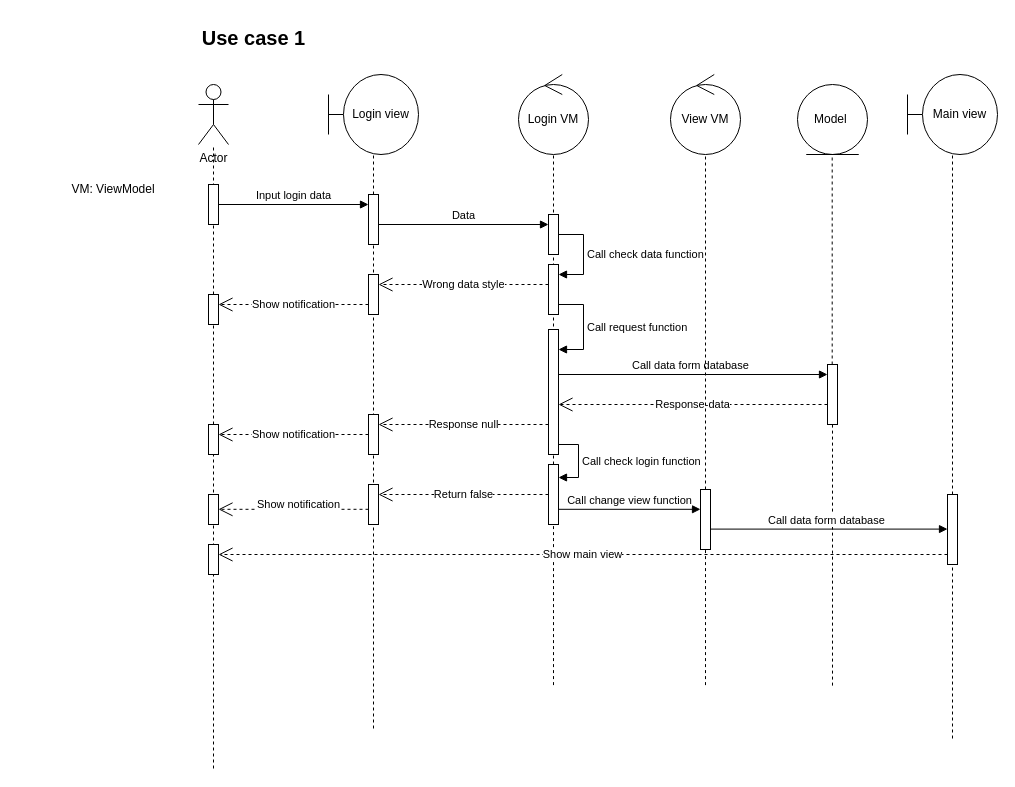
Before: page "Login" (3 of 13) of Diagram.drawio in DnhTrn/finall_project, a draw.io diagram. Source tidied: cells renumbered, new cells numbered last; positions are measured from the earlier drawing's top-left corner, leaving out a move shared by most shapes. Both pictures are drawn from the tidied source at 100%, with x=0, y=0 at pixel (48, 17).
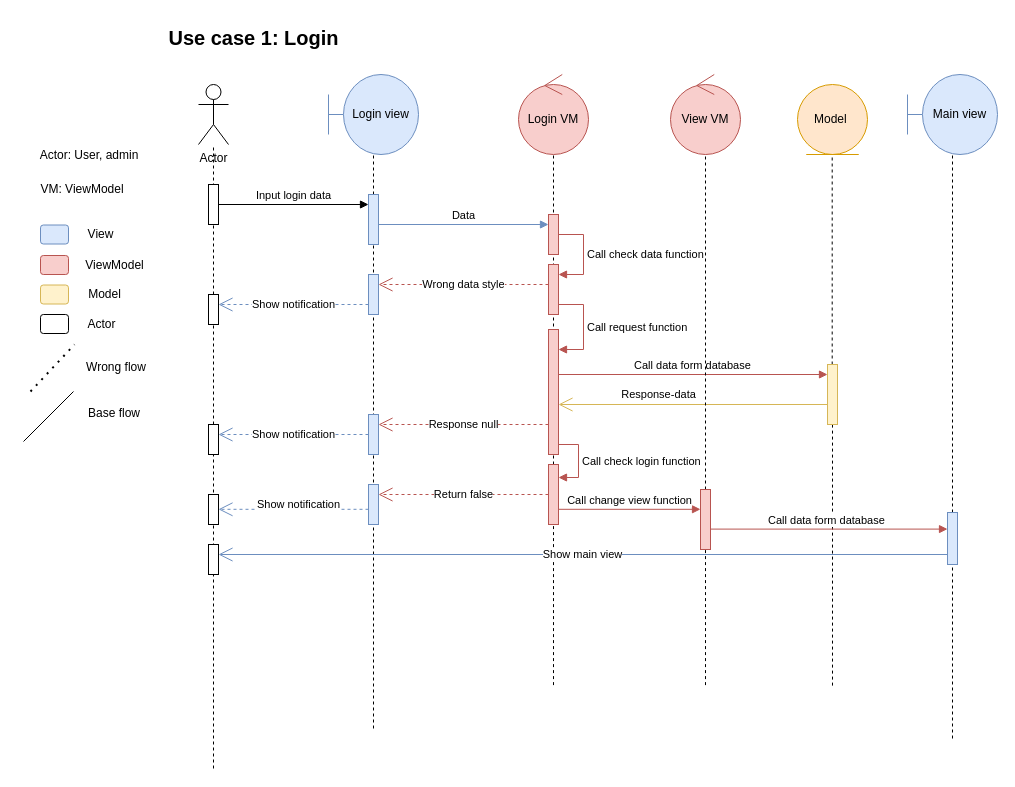
The same page after the edit.

Unchanged cells that the change refers to:
```xml
<mxCell id="35" style="html=1;points=[[0,0,0,0,5],[0,1,0,0,-5],[1,0,0,0,5],[1,1,0,0,-5]];perimeter=orthogonalPerimeter;outlineConnect=0;targetShapes=umlLifeline;portConstraint=eastwest;newEdgeStyle={&quot;curved&quot;:0,&quot;rounded&quot;:0};" parent="1" vertex="1">
  <mxGeometry x="160" y="407" width="10" height="30" as="geometry" />
</mxCell>
```

Change to the diagram source:
```diff
@@
-    <mxCell id="3" value="Login view" style="shape=umlBoundary;whiteSpace=wrap;html=1;" parent="1" vertex="1">
+    <mxCell id="3" value="Login view" style="shape=umlBoundary;whiteSpace=wrap;html=1;fillColor=#dae8fc;strokeColor=#6c8ebf;" parent="1" vertex="1">
       <mxGeometry x="280" y="57" width="90" height="80" as="geometry" />
     </mxCell>
-    <mxCell id="4" value="Model&amp;nbsp;" style="ellipse;shape=umlEntity;whiteSpace=wrap;html=1;" parent="1" vertex="1">
+    <mxCell id="4" value="Model&amp;nbsp;" style="ellipse;shape=umlEntity;whiteSpace=wrap;html=1;fillColor=#ffe6cc;strokeColor=#d79b00;" parent="1" vertex="1">
       <mxGeometry x="749" y="67" width="70" height="70" as="geometry" />
     </mxCell>
@@
-    <mxCell id="9" value="Login VM" style="ellipse;shape=umlControl;whiteSpace=wrap;html=1;" parent="1" vertex="1">
+    <mxCell id="9" value="Login VM" style="ellipse;shape=umlControl;whiteSpace=wrap;html=1;fillColor=#f8cecc;strokeColor=#b85450;" parent="1" vertex="1">
       <mxGeometry x="470" y="57" width="70" height="80" as="geometry" />
     </mxCell>
@@
-    <mxCell id="11" style="html=1;perimeter=orthogonalPerimeter;targetShapes=umlLifeline;newEdgeStyle={&quot;curved&quot;:0,&quot;rounded&quot;:0};" parent="1" vertex="1">
+    <mxCell id="11" style="html=1;perimeter=orthogonalPerimeter;targetShapes=umlLifeline;newEdgeStyle={&quot;curved&quot;:0,&quot;rounded&quot;:0};fillColor=#dae8fc;strokeColor=#6c8ebf;" parent="1" vertex="1">
       <mxGeometry x="320" y="177" width="10" height="50" as="geometry" />
     </mxCell>
@@
-    <mxCell id="13" style="html=1;points=[[0,0,0,0,5],[0,1,0,0,-5],[1,0,0,0,5],[1,1,0,0,-5]];perimeter=orthogonalPerimeter;outlineConnect=0;targetShapes=umlLifeline;portConstraint=eastwest;newEdgeStyle={&quot;curved&quot;:0,&quot;rounded&quot;:0};" parent="1" vertex="1">
+    <mxCell id="13" style="html=1;points=[[0,0,0,0,5],[0,1,0,0,-5],[1,0,0,0,5],[1,1,0,0,-5]];perimeter=orthogonalPerimeter;outlineConnect=0;targetShapes=umlLifeline;portConstraint=eastwest;newEdgeStyle={&quot;curved&quot;:0,&quot;rounded&quot;:0};fillColor=#f8cecc;strokeColor=#b85450;" parent="1" vertex="1">
       <mxGeometry x="500" y="197" width="10" height="40" as="geometry" />
     </mxCell>
-    <mxCell id="14" value="Data" style="html=1;verticalAlign=bottom;endArrow=block;curved=0;rounded=0;" parent="1" edge="1">
+    <mxCell id="14" value="Data" style="html=1;verticalAlign=bottom;endArrow=block;curved=0;rounded=0;fillColor=#dae8fc;strokeColor=#6c8ebf;" parent="1" edge="1">
       <mxGeometry relative="1" as="geometry">
         <mxPoint x="330" y="207" as="sourcePoint" />
         <mxPoint x="500" y="207" as="targetPoint" />
       </mxGeometry>
     </mxCell>
-    <mxCell id="15" style="html=1;points=[[0,0,0,0,5],[0,1,0,0,-5],[1,0,0,0,5],[1,1,0,0,-5]];perimeter=orthogonalPerimeter;outlineConnect=0;targetShapes=umlLifeline;portConstraint=eastwest;newEdgeStyle={&quot;curved&quot;:0,&quot;rounded&quot;:0};" parent="1" vertex="1">
+    <mxCell id="15" style="html=1;points=[[0,0,0,0,5],[0,1,0,0,-5],[1,0,0,0,5],[1,1,0,0,-5]];perimeter=orthogonalPerimeter;outlineConnect=0;targetShapes=umlLifeline;portConstraint=eastwest;newEdgeStyle={&quot;curved&quot;:0,&quot;rounded&quot;:0};fillColor=#f8cecc;strokeColor=#b85450;" parent="1" vertex="1">
       <mxGeometry x="500" y="247" width="10" height="50" as="geometry" />
     </mxCell>
-    <mxCell id="16" value="Call check data function&amp;nbsp;" style="html=1;align=left;spacingLeft=2;endArrow=block;rounded=0;edgeStyle=orthogonalEdgeStyle;curved=0;rounded=0;" parent="1" edge="1" source="13" target="15">
+    <mxCell id="16" value="Call check data function&amp;nbsp;" style="html=1;align=left;spacingLeft=2;endArrow=block;rounded=0;edgeStyle=orthogonalEdgeStyle;curved=0;rounded=0;fillColor=#f8cecc;strokeColor=#b85450;" parent="1" edge="1" source="13" target="15">
       <mxGeometry relative="1" as="geometry">
         <Array as="points">
           <mxPoint x="535" y="217" />
           <mxPoint x="535" y="257" />
         </Array>
       </mxGeometry>
     </mxCell>
-    <mxCell id="17" style="html=1;perimeter=orthogonalPerimeter;targetShapes=umlLifeline;newEdgeStyle={&quot;curved&quot;:0,&quot;rounded&quot;:0};" parent="1" vertex="1">
+    <mxCell id="17" style="html=1;perimeter=orthogonalPerimeter;targetShapes=umlLifeline;newEdgeStyle={&quot;curved&quot;:0,&quot;rounded&quot;:0};fillColor=#dae8fc;strokeColor=#6c8ebf;" parent="1" vertex="1">
       <mxGeometry x="320" y="257" width="10" height="40" as="geometry" />
     </mxCell>
-    <mxCell id="18" value="Wrong data style" style="endArrow=open;endSize=12;dashed=1;html=1;rounded=0;" parent="1" edge="1">
+    <mxCell id="18" value="Wrong data style" style="endArrow=open;endSize=12;dashed=1;html=1;rounded=0;fillColor=#f8cecc;strokeColor=#b85450;" parent="1" edge="1">
       <mxGeometry relative="1" as="geometry">
         <mxPoint x="500" y="267" as="sourcePoint" />
         <mxPoint x="330" y="267" as="targetPoint" />
       </mxGeometry>
     </mxCell>
@@
-    <mxCell id="21" value="Show notification" style="endArrow=open;endSize=12;dashed=1;html=1;rounded=0;" parent="1" edge="1">
+    <mxCell id="21" value="Show notification" style="endArrow=open;endSize=12;dashed=1;html=1;rounded=0;fillColor=#dae8fc;strokeColor=#6c8ebf;" parent="1" edge="1">
       <mxGeometry relative="1" as="geometry">
         <mxPoint x="320" y="287" as="sourcePoint" />
         <mxPoint x="170" y="287" as="targetPoint" />
       </mxGeometry>
     </mxCell>
-    <mxCell id="22" style="html=1;perimeter=orthogonalPerimeter;targetShapes=umlLifeline;newEdgeStyle={&quot;curved&quot;:0,&quot;rounded&quot;:0};" parent="1" vertex="1">
+    <mxCell id="22" style="html=1;perimeter=orthogonalPerimeter;targetShapes=umlLifeline;newEdgeStyle={&quot;curved&quot;:0,&quot;rounded&quot;:0};fillColor=#f8cecc;strokeColor=#b85450;" parent="1" vertex="1">
       <mxGeometry x="500" y="312" width="10" height="125" as="geometry" />
     </mxCell>
-    <mxCell id="23" value="Call request function" style="html=1;align=left;spacingLeft=2;endArrow=block;rounded=0;edgeStyle=orthogonalEdgeStyle;curved=0;rounded=0;" parent="1" edge="1">
+    <mxCell id="23" value="Call request function" style="html=1;align=left;spacingLeft=2;endArrow=block;rounded=0;edgeStyle=orthogonalEdgeStyle;curved=0;rounded=0;fillColor=#f8cecc;strokeColor=#b85450;" parent="1" edge="1">
       <mxGeometry relative="1" as="geometry">
         <mxPoint x="510" y="287" as="sourcePoint" />
         <mxPoint x="510" y="332" as="targetPoint" />
         <Array as="points">
           <mxPoint x="535" y="287" />
           <mxPoint x="535" y="332" />
         </Array>
       </mxGeometry>
     </mxCell>
-    <mxCell id="24" value="&lt;span style=&quot;text-align: left;&quot;&gt;Call data form&amp;nbsp;&lt;/span&gt;&lt;span style=&quot;text-align: left;&quot;&gt;database&amp;nbsp;&amp;nbsp;&lt;/span&gt;" style="html=1;verticalAlign=bottom;endArrow=block;curved=0;rounded=0;" parent="1" edge="1" target="26">
-      <mxGeometry relative="1" as="geometry">
+    <mxCell id="24" value="&lt;span style=&quot;text-align: left;&quot;&gt;Call data form&amp;nbsp;&lt;/span&gt;&lt;span style=&quot;text-align: left;&quot;&gt;database&amp;nbsp;&amp;nbsp;&lt;/span&gt;" style="html=1;verticalAlign=bottom;endArrow=block;curved=0;rounded=0;fillColor=#f8cecc;strokeColor=#b85450;" parent="1" edge="1" target="26">
+      <mxGeometry x="0.02" relative="1" as="geometry">
         <mxPoint x="510" y="357" as="sourcePoint" />
       </mxGeometry>
     </mxCell>
@@
-    <mxCell id="26" style="html=1;points=[[0,0,0,0,5],[0,1,0,0,-5],[1,0,0,0,5],[1,1,0,0,-5]];perimeter=orthogonalPerimeter;outlineConnect=0;targetShapes=umlLifeline;portConstraint=eastwest;newEdgeStyle={&quot;curved&quot;:0,&quot;rounded&quot;:0};" parent="1" vertex="1">
+    <mxCell id="26" style="html=1;points=[[0,0,0,0,5],[0,1,0,0,-5],[1,0,0,0,5],[1,1,0,0,-5]];perimeter=orthogonalPerimeter;outlineConnect=0;targetShapes=umlLifeline;portConstraint=eastwest;newEdgeStyle={&quot;curved&quot;:0,&quot;rounded&quot;:0};fillColor=#fff2cc;strokeColor=#d6b656;" parent="1" vertex="1">
       <mxGeometry x="779" y="347" width="10" height="60" as="geometry" />
     </mxCell>
-    <mxCell id="27" value="Response-data" style="endArrow=open;endSize=12;dashed=1;html=1;rounded=0;" parent="1" edge="1" source="26">
-      <mxGeometry relative="1" as="geometry">
+    <mxCell id="27" value="Response-data" style="endArrow=open;endSize=12;html=1;rounded=0;fillColor=#fff2cc;strokeColor=#d6b656;" parent="1" edge="1" source="26">
+      <mxGeometry x="0.26" y="-10" relative="1" as="geometry">
         <mxPoint x="510" y="387" as="targetPoint" />
       </mxGeometry>
     </mxCell>
-    <mxCell id="28" style="html=1;points=[[0,0,0,0,5],[0,1,0,0,-5],[1,0,0,0,5],[1,1,0,0,-5]];perimeter=orthogonalPerimeter;outlineConnect=0;targetShapes=umlLifeline;portConstraint=eastwest;newEdgeStyle={&quot;curved&quot;:0,&quot;rounded&quot;:0};" parent="1" vertex="1">
+    <mxCell id="28" style="html=1;points=[[0,0,0,0,5],[0,1,0,0,-5],[1,0,0,0,5],[1,1,0,0,-5]];perimeter=orthogonalPerimeter;outlineConnect=0;targetShapes=umlLifeline;portConstraint=eastwest;newEdgeStyle={&quot;curved&quot;:0,&quot;rounded&quot;:0};fillColor=#dae8fc;strokeColor=#6c8ebf;" parent="1" vertex="1">
       <mxGeometry x="320" y="397" width="10" height="40" as="geometry" />
     </mxCell>
-    <mxCell id="29" value="Call check login function" style="html=1;align=left;spacingLeft=2;endArrow=block;rounded=0;edgeStyle=orthogonalEdgeStyle;curved=0;rounded=0;" parent="1" edge="1">
+    <mxCell id="29" value="Call check login function" style="html=1;align=left;spacingLeft=2;endArrow=block;rounded=0;edgeStyle=orthogonalEdgeStyle;curved=0;rounded=0;fillColor=#f8cecc;strokeColor=#b85450;" parent="1" edge="1">
       <mxGeometry relative="1" as="geometry">
         <mxPoint x="510" y="427" as="sourcePoint" />
         <mxPoint x="510" y="460" as="targetPoint" />
         <Array as="points">
           <mxPoint x="530" y="427" />
           <mxPoint x="530" y="460" />
         </Array>
       </mxGeometry>
     </mxCell>
@@
-    <mxCell id="31" style="html=1;points=[[0,0,0,0,5],[0,1,0,0,-5],[1,0,0,0,5],[1,1,0,0,-5]];perimeter=orthogonalPerimeter;outlineConnect=0;targetShapes=umlLifeline;portConstraint=eastwest;newEdgeStyle={&quot;curved&quot;:0,&quot;rounded&quot;:0};" parent="1" vertex="1">
+    <mxCell id="31" style="html=1;points=[[0,0,0,0,5],[0,1,0,0,-5],[1,0,0,0,5],[1,1,0,0,-5]];perimeter=orthogonalPerimeter;outlineConnect=0;targetShapes=umlLifeline;portConstraint=eastwest;newEdgeStyle={&quot;curved&quot;:0,&quot;rounded&quot;:0};fillColor=#f8cecc;strokeColor=#b85450;" parent="1" vertex="1">
       <mxGeometry x="500" y="447" width="10" height="60" as="geometry" />
     </mxCell>
-    <mxCell id="32" value="Response null" style="endArrow=open;endSize=12;dashed=1;html=1;rounded=0;" parent="1" edge="1">
+    <mxCell id="32" value="Response null" style="endArrow=open;endSize=12;dashed=1;html=1;rounded=0;fillColor=#f8cecc;strokeColor=#b85450;" parent="1" edge="1">
       <mxGeometry relative="1" as="geometry">
         <mxPoint x="500" y="407" as="sourcePoint" />
         <mxPoint x="330" y="407" as="targetPoint" />
       </mxGeometry>
     </mxCell>
-    <mxCell id="33" value="Show notification" style="endArrow=open;endSize=12;dashed=1;html=1;rounded=0;" parent="1" edge="1" source="28" target="35">
+    <mxCell id="33" value="Show notification" style="endArrow=open;endSize=12;dashed=1;html=1;rounded=0;fillColor=#dae8fc;strokeColor=#6c8ebf;" parent="1" edge="1" source="28" target="35">
       <mxGeometry relative="1" as="geometry" />
     </mxCell>
@@
-    <mxCell id="36" style="html=1;perimeter=orthogonalPerimeter;targetShapes=umlLifeline;newEdgeStyle={&quot;curved&quot;:0,&quot;rounded&quot;:0};" parent="1" vertex="1">
+    <mxCell id="36" style="html=1;perimeter=orthogonalPerimeter;targetShapes=umlLifeline;newEdgeStyle={&quot;curved&quot;:0,&quot;rounded&quot;:0};fillColor=#dae8fc;strokeColor=#6c8ebf;" parent="1" vertex="1">
       <mxGeometry x="320" y="467" width="10" height="40" as="geometry" />
     </mxCell>
-    <mxCell id="37" value="Return false" style="endArrow=open;endSize=12;dashed=1;html=1;rounded=0;" parent="1" edge="1">
+    <mxCell id="37" value="Return false" style="endArrow=open;endSize=12;dashed=1;html=1;rounded=0;fillColor=#f8cecc;strokeColor=#b85450;" parent="1" edge="1">
       <mxGeometry relative="1" as="geometry">
         <mxPoint x="500" y="477" as="sourcePoint" />
         <mxPoint x="330" y="477" as="targetPoint" />
       </mxGeometry>
     </mxCell>
-    <mxCell id="38" value="Show notification" style="endArrow=open;endSize=12;dashed=1;html=1;rounded=0;" parent="1" edge="1">
+    <mxCell id="38" value="Show notification" style="endArrow=open;endSize=12;dashed=1;html=1;rounded=0;fillColor=#dae8fc;strokeColor=#6c8ebf;" parent="1" edge="1">
       <mxGeometry x="-0.07" y="-5" relative="1" as="geometry">
         <mxPoint x="320" y="491.8" as="sourcePoint" />
         <mxPoint x="170" y="491.8" as="targetPoint" />
       </mxGeometry>
     </mxCell>
@@
-    <mxCell id="40" value="Main view" style="shape=umlBoundary;whiteSpace=wrap;html=1;" parent="1" vertex="1">
+    <mxCell id="40" value="Main view" style="shape=umlBoundary;whiteSpace=wrap;html=1;fillColor=#dae8fc;strokeColor=#6c8ebf;" parent="1" vertex="1">
       <mxGeometry x="859" y="57" width="90" height="80" as="geometry" />
     </mxCell>
@@
-    <mxCell id="42" value="&lt;div style=&quot;text-align: left;&quot;&gt;Call change view function&lt;/div&gt;" style="html=1;verticalAlign=bottom;endArrow=block;curved=0;rounded=0;" parent="1" edge="1" target="50">
+    <mxCell id="42" value="&lt;div style=&quot;text-align: left;&quot;&gt;Call change view function&lt;/div&gt;" style="html=1;verticalAlign=bottom;endArrow=block;curved=0;rounded=0;fillColor=#f8cecc;strokeColor=#b85450;" parent="1" edge="1" target="50">
       <mxGeometry relative="1" as="geometry">
         <mxPoint x="510" y="491.8" as="sourcePoint" />
       </mxGeometry>
     </mxCell>
@@
-    <mxCell id="44" style="html=1;points=[[0,0,0,0,5],[0,1,0,0,-5],[1,0,0,0,5],[1,1,0,0,-5]];perimeter=orthogonalPerimeter;outlineConnect=0;targetShapes=umlLifeline;portConstraint=eastwest;newEdgeStyle={&quot;curved&quot;:0,&quot;rounded&quot;:0};" parent="1" vertex="1">
-      <mxGeometry x="899" y="477" width="10" height="70" as="geometry" />
+    <mxCell id="44" style="html=1;points=[[0,0,0,0,5],[0,1,0,0,-5],[1,0,0,0,5],[1,1,0,0,-5]];perimeter=orthogonalPerimeter;outlineConnect=0;targetShapes=umlLifeline;portConstraint=eastwest;newEdgeStyle={&quot;curved&quot;:0,&quot;rounded&quot;:0};fillColor=#dae8fc;strokeColor=#6c8ebf;" parent="1" vertex="1">
+      <mxGeometry x="899" y="495" width="10" height="52" as="geometry" />
     </mxCell>
@@
-    <mxCell id="46" value="Show main view" style="endArrow=open;endSize=12;dashed=1;html=1;rounded=0;" parent="1" edge="1" source="44">
+    <mxCell id="46" value="Show main view" style="endArrow=open;endSize=12;html=1;rounded=0;fillColor=#dae8fc;strokeColor=#6c8ebf;" parent="1" edge="1" source="44">
       <mxGeometry relative="1" as="geometry">
         <mxPoint x="170" y="537" as="targetPoint" />
       </mxGeometry>
     </mxCell>
-    <mxCell id="47" value="View VM" style="ellipse;shape=umlControl;whiteSpace=wrap;html=1;" parent="1" vertex="1">
+    <mxCell id="47" value="View VM" style="ellipse;shape=umlControl;whiteSpace=wrap;html=1;fillColor=#f8cecc;strokeColor=#b85450;" parent="1" vertex="1">
       <mxGeometry x="622" y="57" width="70" height="80" as="geometry" />
     </mxCell>
@@
-    <mxCell id="50" style="html=1;points=[[0,0,0,0,5],[0,1,0,0,-5],[1,0,0,0,5],[1,1,0,0,-5]];perimeter=orthogonalPerimeter;outlineConnect=0;targetShapes=umlLifeline;portConstraint=eastwest;newEdgeStyle={&quot;curved&quot;:0,&quot;rounded&quot;:0};" parent="1" vertex="1">
+    <mxCell id="50" style="html=1;points=[[0,0,0,0,5],[0,1,0,0,-5],[1,0,0,0,5],[1,1,0,0,-5]];perimeter=orthogonalPerimeter;outlineConnect=0;targetShapes=umlLifeline;portConstraint=eastwest;newEdgeStyle={&quot;curved&quot;:0,&quot;rounded&quot;:0};fillColor=#f8cecc;strokeColor=#b85450;" parent="1" vertex="1">
       <mxGeometry x="652" y="472" width="10" height="60" as="geometry" />
     </mxCell>
-    <mxCell id="51" value="&lt;span style=&quot;text-align: left;&quot;&gt;Call data form&amp;nbsp;&lt;/span&gt;&lt;span style=&quot;text-align: left;&quot;&gt;database&amp;nbsp;&amp;nbsp;&lt;/span&gt;" style="html=1;verticalAlign=bottom;endArrow=block;curved=0;rounded=0;" parent="1" edge="1">
+    <mxCell id="51" value="&lt;span style=&quot;text-align: left;&quot;&gt;Call data form&amp;nbsp;&lt;/span&gt;&lt;span style=&quot;text-align: left;&quot;&gt;database&amp;nbsp;&amp;nbsp;&lt;/span&gt;" style="html=1;verticalAlign=bottom;endArrow=block;curved=0;rounded=0;fillColor=#f8cecc;strokeColor=#b85450;" parent="1" edge="1">
       <mxGeometry relative="1" as="geometry">
         <mxPoint x="662" y="511.6" as="sourcePoint" />
         <mxPoint x="899" y="511.6" as="targetPoint" />
       </mxGeometry>
     </mxCell>
-    <mxCell id="52" value="&lt;b&gt;&lt;font style=&quot;font-size: 20px;&quot;&gt;Use case 1&lt;/font&gt;&lt;/b&gt;" style="text;html=1;align=center;verticalAlign=middle;strokeColor=none;fillColor=none;" parent="1" vertex="1">
-      <mxGeometry x="140" width="130" height="40" as="geometry" />
+    <mxCell id="52" value="&lt;b&gt;&lt;font style=&quot;font-size: 20px;&quot;&gt;Use case 1: Login&lt;/font&gt;&lt;/b&gt;" style="text;html=1;align=center;verticalAlign=middle;strokeColor=none;fillColor=none;" parent="1" vertex="1">
+      <mxGeometry x="111" y="2" width="188" height="36" as="geometry" />
     </mxCell>
-    <mxCell id="53" value="VM: ViewModel" style="text;html=1;align=center;verticalAlign=middle;whiteSpace=wrap;rounded=0;" parent="1" vertex="1">
-      <mxGeometry y="157" width="130" height="30" as="geometry" />
+    <mxCell id="53" value="&lt;div style=&quot;text-align: left;&quot;&gt;&lt;span style=&quot;background-color: initial;&quot;&gt;VM: ViewModel&lt;/span&gt;&lt;/div&gt;" style="text;html=1;align=center;verticalAlign=middle;whiteSpace=wrap;rounded=0;" parent="1" vertex="1">
+      <mxGeometry x="-31" y="157" width="130" height="30" as="geometry" />
     </mxCell>
+    <mxCell id="54" style="rounded=1;whiteSpace=wrap;html=1;fillColor=#dae8fc;strokeColor=#6c8ebf;" parent="1" vertex="1">
+      <mxGeometry x="-8" y="207.5" width="28" height="19" as="geometry" />
+    </mxCell>
+    <mxCell id="55" value="View" style="text;html=1;align=center;verticalAlign=middle;strokeColor=none;fillColor=none;" parent="1" vertex="1">
+      <mxGeometry x="30" y="204" width="44" height="26" as="geometry" />
+    </mxCell>
+    <mxCell id="56" style="rounded=1;whiteSpace=wrap;html=1;fillColor=#f8cecc;strokeColor=#b85450;" parent="1" vertex="1">
+      <mxGeometry x="-8" y="238" width="28" height="19" as="geometry" />
+    </mxCell>
+    <mxCell id="57" value="ViewModel" style="text;html=1;align=center;verticalAlign=middle;strokeColor=none;fillColor=none;" parent="1" vertex="1">
+      <mxGeometry x="28" y="234.5" width="76" height="26" as="geometry" />
+    </mxCell>
+    <mxCell id="58" style="rounded=1;whiteSpace=wrap;html=1;fillColor=#fff2cc;strokeColor=#d6b656;" parent="1" vertex="1">
+      <mxGeometry x="-8" y="267.5" width="28" height="19" as="geometry" />
+    </mxCell>
+    <mxCell id="59" value="Model" style="text;html=1;align=center;verticalAlign=middle;strokeColor=none;fillColor=none;" parent="1" vertex="1">
+      <mxGeometry x="30" y="264" width="51" height="26" as="geometry" />
+    </mxCell>
+    <mxCell id="60" style="endArrow=none;dashed=1;html=1;dashPattern=1 3;strokeWidth=2;rounded=0;" parent="1" edge="1">
+      <mxGeometry relative="1" as="geometry">
+        <mxPoint x="-18" y="374" as="sourcePoint" />
+        <mxPoint x="26" y="327" as="targetPoint" />
+      </mxGeometry>
+    </mxCell>
+    <mxCell id="61" value="Wrong flow" style="text;html=1;align=center;verticalAlign=middle;whiteSpace=wrap;rounded=0;" parent="1" vertex="1">
+      <mxGeometry x="30" y="335" width="76" height="30" as="geometry" />
+    </mxCell>
+    <mxCell id="62" style="endArrow=none;html=1;rounded=0;" parent="1" edge="1">
+      <mxGeometry relative="1" as="geometry">
+        <mxPoint x="-25" y="424" as="sourcePoint" />
+        <mxPoint x="25" y="374" as="targetPoint" />
+      </mxGeometry>
+    </mxCell>
+    <mxCell id="63" value="Base flow" style="text;html=1;align=center;verticalAlign=middle;whiteSpace=wrap;rounded=0;" parent="1" vertex="1">
+      <mxGeometry x="28" y="381" width="76" height="30" as="geometry" />
+    </mxCell>
+    <mxCell id="64" value="&lt;div style=&quot;&quot;&gt;&lt;br&gt;&lt;/div&gt;" style="text;html=1;align=left;verticalAlign=middle;strokeColor=none;fillColor=none;" parent="1" vertex="1">
+      <mxGeometry x="-9" y="123" width="18" height="26" as="geometry" />
+    </mxCell>
+    <mxCell id="65" value="&lt;div style=&quot;text-align: left;&quot;&gt;&lt;span style=&quot;background-color: initial;&quot;&gt;Actor: User, admin&lt;/span&gt;&lt;/div&gt;" style="text;html=1;align=center;verticalAlign=middle;whiteSpace=wrap;rounded=0;" parent="1" vertex="1">
+      <mxGeometry x="-24" y="123" width="130" height="30" as="geometry" />
+    </mxCell>
+    <mxCell id="66" style="rounded=1;whiteSpace=wrap;html=1;" parent="1" vertex="1">
+      <mxGeometry x="-8" y="297" width="28" height="19" as="geometry" />
+    </mxCell>
+    <mxCell id="67" value="Actor" style="text;html=1;align=center;verticalAlign=middle;strokeColor=none;fillColor=none;" parent="1" vertex="1">
+      <mxGeometry x="30" y="293.5" width="46" height="26" as="geometry" />
+    </mxCell>
```
